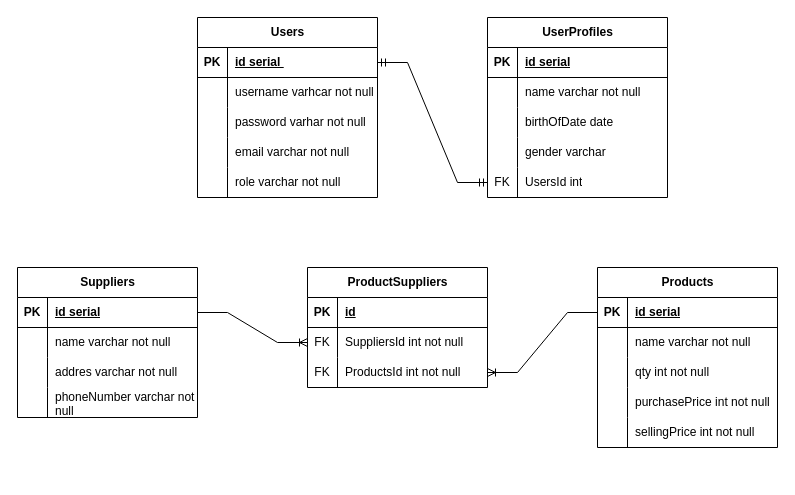
ludbakazar/JakPos keeps this draw.io diagram as erd.dio. Above is the earlier version. Source tidied: cells renumbered, new cells numbered last; positions are measured from the earlier drawing's top-left corner, leaving out a move shared by most shapes. Both pictures are drawn from the tidied source at 100%, with x=0, y=0 at pixel (17, 17).
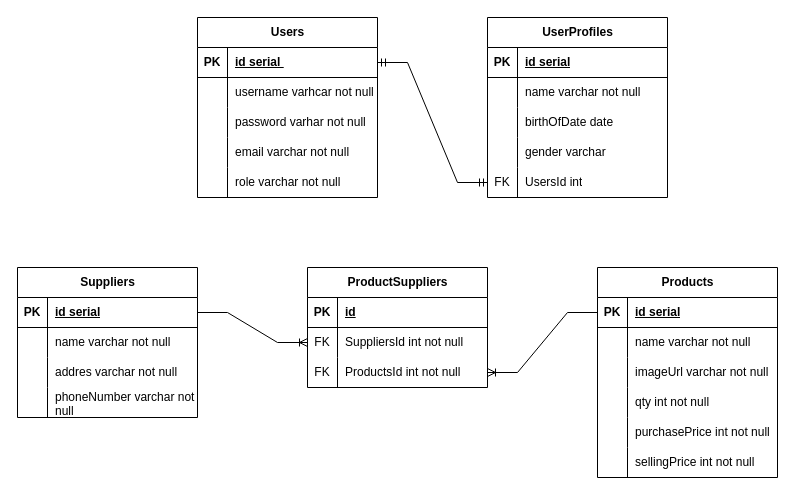
The same page after the edit.

Commit message (it also covers changes not shown here):
erd rapihin

What changed in the source:
```diff
@@
     <mxCell id="35" value="Products" style="shape=table;startSize=30;childLayout=tableLayout;rowLines=0;fontStyle=1;align=center;html=1;" parent="1" vertex="1">
-      <mxGeometry x="580" y="250" width="180" height="180" as="geometry" />
+      <mxGeometry x="580" y="250" width="180" height="210" as="geometry" />
     </mxCell>
@@
+    <mxCell id="76" style="shape=tableRow;horizontal=0;startSize=0;swimlaneHead=0;swimlaneBody=0;fillColor=none;top=0;left=0;right=0;bottom=0;" parent="35" vertex="1">
+      <mxGeometry y="90" width="180" height="30" as="geometry" />
+    </mxCell>
+    <mxCell id="77" style="shape=partialRectangle;fillColor=none;top=0;left=0;bottom=0;right=0;overflow=hidden;whiteSpace=wrap;html=1;" parent="76" vertex="1">
+      <mxGeometry width="30" height="30" as="geometry" />
+    </mxCell>
+    <mxCell id="78" value="imageUrl varchar not null" style="shape=partialRectangle;fillColor=none;top=0;left=0;bottom=0;right=0;align=left;spacingLeft=6;overflow=hidden;whiteSpace=wrap;html=1;" parent="76" vertex="1">
+      <mxGeometry x="30" width="150" height="30" as="geometry" />
+    </mxCell>
     <mxCell id="42" style="shape=tableRow;horizontal=0;startSize=0;swimlaneHead=0;swimlaneBody=0;fillColor=none;top=0;left=0;right=0;bottom=0;" parent="35" vertex="1">
-      <mxGeometry y="90" width="180" height="30" as="geometry" />
+      <mxGeometry y="120" width="180" height="30" as="geometry" />
     </mxCell>
@@
     <mxCell id="45" style="shape=tableRow;horizontal=0;startSize=0;swimlaneHead=0;swimlaneBody=0;fillColor=none;top=0;left=0;right=0;bottom=0;" parent="35" vertex="1">
-      <mxGeometry y="120" width="180" height="30" as="geometry" />
+      <mxGeometry y="150" width="180" height="30" as="geometry" />
     </mxCell>
@@
     <mxCell id="48" style="shape=tableRow;horizontal=0;startSize=0;swimlaneHead=0;swimlaneBody=0;fillColor=none;top=0;left=0;right=0;bottom=0;" parent="35" vertex="1">
-      <mxGeometry y="150" width="180" height="30" as="geometry" />
+      <mxGeometry y="180" width="180" height="30" as="geometry" />
     </mxCell>
```
